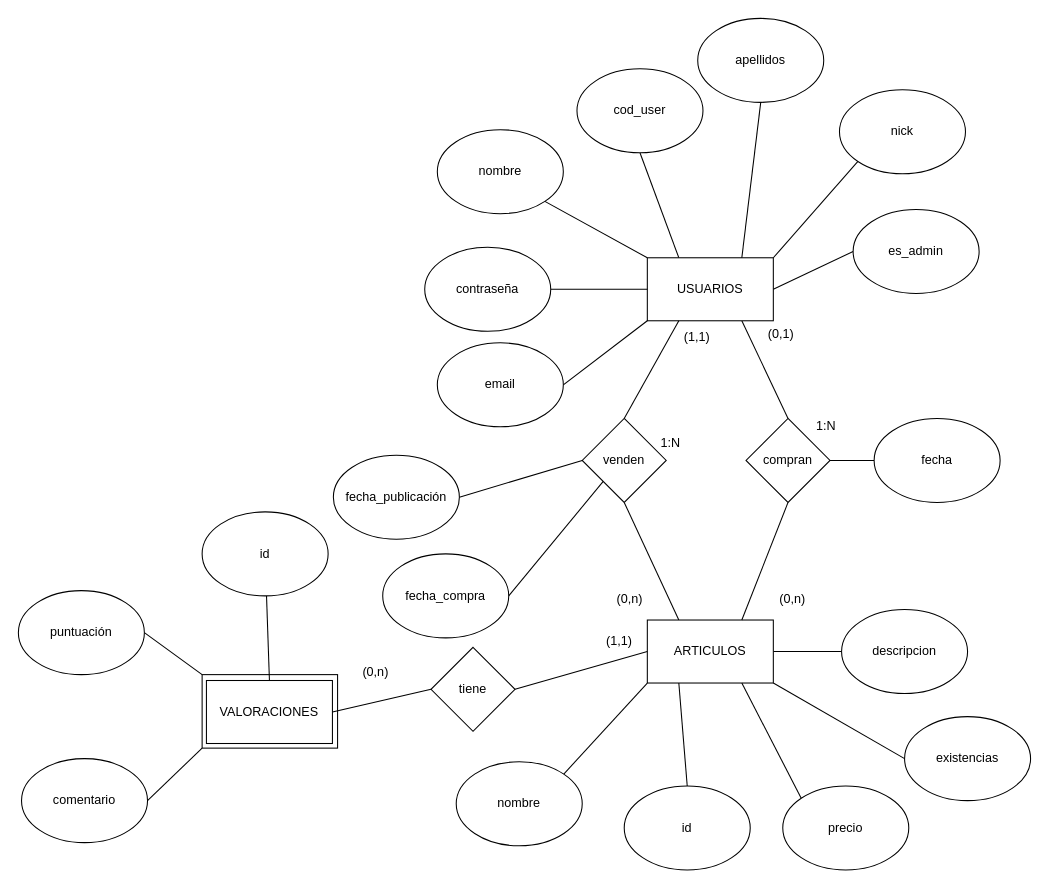
Earlier version of the draw.io diagram page "Página-1" (1 of 2) of Proyecto/Maiesekuele/bbdd.drawio (N16K-ed/Ejercicio-3-UT-5-BADA). Source tidied: cells renumbered, new cells numbered last; positions are measured from the earlier drawing's top-left corner, leaving out a move shared by most shapes. Both pictures are drawn from the tidied source at 105%, with x=0, y=0 at pixel (18, 18).
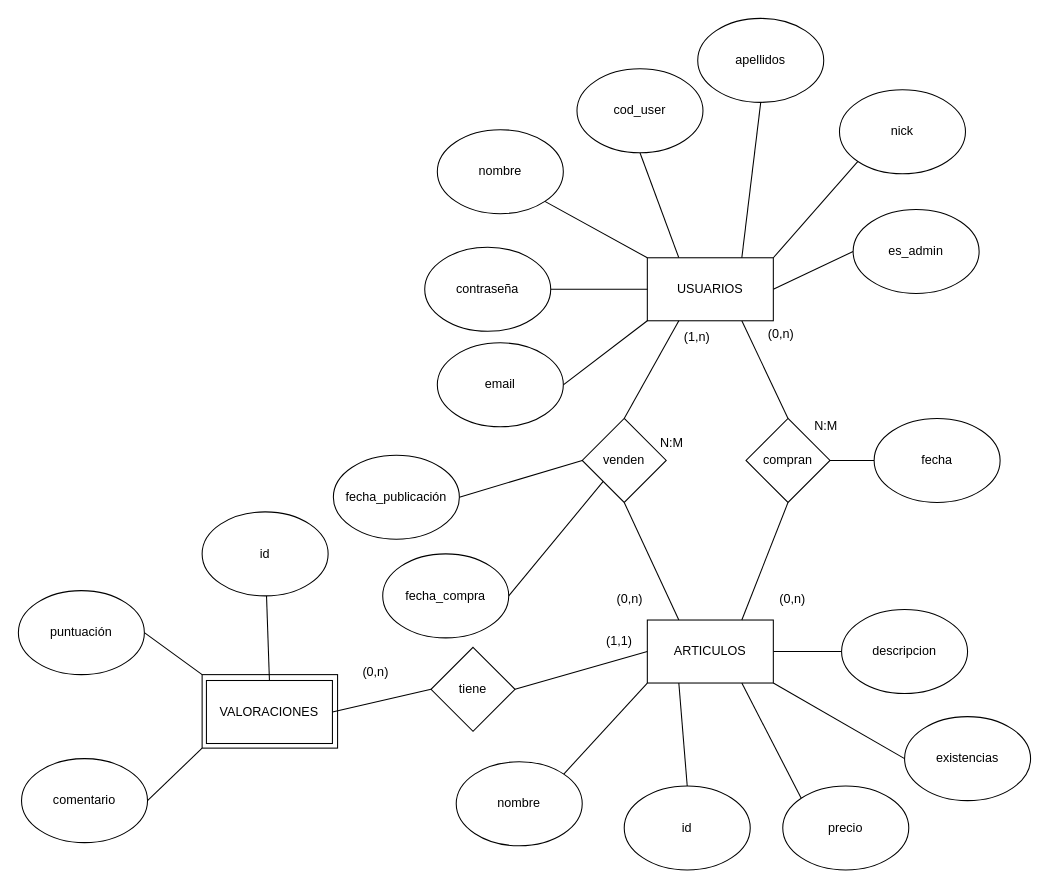
Above is the later version.

Diff of the diagram source:
```diff
@@
-    <mxCell id="33" value="(1,1)" style="text;html=1;align=center;verticalAlign=middle;strokeColor=none;fillColor=none;fontSize=12;fontFamily=Helvetica;fontColor=default;labelBackgroundColor=default;" parent="1" vertex="1">
+    <mxCell id="33" value="(1,n)" style="text;html=1;align=center;verticalAlign=middle;strokeColor=none;fillColor=none;fontSize=12;fontFamily=Helvetica;fontColor=default;labelBackgroundColor=default;" parent="1" vertex="1">
       <mxGeometry x="624" y="291" width="43" height="26" as="geometry" />
     </mxCell>
-    <mxCell id="34" value="(0,1)" style="text;html=1;align=center;verticalAlign=middle;strokeColor=none;fillColor=none;fontSize=12;fontFamily=Helvetica;fontColor=default;labelBackgroundColor=default;" parent="1" vertex="1">
+    <mxCell id="34" value="(0,n)" style="text;html=1;align=center;verticalAlign=middle;strokeColor=none;fillColor=none;fontSize=12;fontFamily=Helvetica;fontColor=default;labelBackgroundColor=default;" parent="1" vertex="1">
       <mxGeometry x="704" y="288" width="43" height="26" as="geometry" />
     </mxCell>
@@
-    <mxCell id="52" value="1:N" style="text;html=1;align=center;verticalAlign=middle;strokeColor=none;fillColor=none;fontSize=12;fontFamily=Helvetica;fontColor=default;labelBackgroundColor=default;" parent="1" vertex="1">
-      <mxGeometry x="602.5" y="391.5" width="37" height="26" as="geometry" />
+    <mxCell id="52" value="N:M" style="text;html=1;align=center;verticalAlign=middle;strokeColor=none;fillColor=none;fontSize=12;fontFamily=Helvetica;fontColor=default;labelBackgroundColor=default;" parent="1" vertex="1">
+      <mxGeometry x="601.5" y="391.5" width="40" height="26" as="geometry" />
     </mxCell>
-    <mxCell id="53" value="1:N" style="text;html=1;align=center;verticalAlign=middle;strokeColor=none;fillColor=none;fontSize=12;fontFamily=Helvetica;fontColor=default;labelBackgroundColor=default;" parent="1" vertex="1">
-      <mxGeometry x="750" y="376" width="37" height="26" as="geometry" />
+    <mxCell id="53" value="N:M" style="text;html=1;align=center;verticalAlign=middle;strokeColor=none;fillColor=none;fontSize=12;fontFamily=Helvetica;fontColor=default;labelBackgroundColor=default;" parent="1" vertex="1">
+      <mxGeometry x="749" y="376" width="40" height="26" as="geometry" />
     </mxCell>
```
